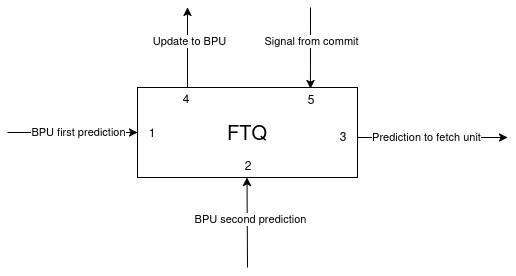
Above: docs/bpu_design_document/media/FTQ.png in riscv-software-src/riscv-perf-model (draw.io), before the change. Source tidied: cells renumbered, new cells last; positions are measured from the earlier drawing's top-left corner, leaving out a move shared by most shapes. Its diagram source:
```xml
<mxGraphModel background="#ffffff">
  <root>
    <mxCell id="0" />
    <mxCell id="1" parent="0" />
    <mxCell id="2" value="&lt;font style=&quot;font-size: 20px;&quot;&gt;FTQ&lt;/font&gt;" style="rounded=0;whiteSpace=wrap;html=1;" parent="1" vertex="1">
      <mxGeometry x="130" y="80" width="220" height="90" as="geometry" />
    </mxCell>
    <mxCell id="3" style="endArrow=classic;html=1;rounded=0;entryX=0;entryY=0.5;entryDx=0;entryDy=0;" parent="1" edge="1" target="2">
      <mxGeometry relative="1" as="geometry">
        <mxPoint y="125" as="sourcePoint" />
      </mxGeometry>
    </mxCell>
    <mxCell id="4" value="BPU first prediction" style="edgeLabel;html=1;align=center;verticalAlign=middle;" parent="3" vertex="1">
      <mxGeometry x="-0.2" y="-2" relative="1" as="geometry">
        <mxPoint x="18" y="-3" as="offset" />
      </mxGeometry>
    </mxCell>
    <mxCell id="5" style="endArrow=classic;html=1;rounded=0;" parent="1" edge="1">
      <mxGeometry relative="1" as="geometry">
        <mxPoint x="180" y="80" as="sourcePoint" />
        <mxPoint x="180" as="targetPoint" />
      </mxGeometry>
    </mxCell>
    <mxCell id="6" value="Update to BPU" style="edgeLabel;html=1;align=center;verticalAlign=middle;" parent="5" vertex="1">
      <mxGeometry x="0.16" y="-1" relative="1" as="geometry" />
    </mxCell>
    <mxCell id="7" style="endArrow=classic;html=1;rounded=0;entryX=0.877;entryY=0.013;entryDx=0;entryDy=0;entryPerimeter=0;" parent="1" edge="1">
      <mxGeometry relative="1" as="geometry">
        <mxPoint x="303" as="sourcePoint" />
        <mxPoint x="302.9" y="81.2" as="targetPoint" />
      </mxGeometry>
    </mxCell>
    <mxCell id="8" value="Signal from commit" style="edgeLabel;html=1;align=center;verticalAlign=middle;" parent="7" vertex="1">
      <mxGeometry x="-0.18" y="1" relative="1" as="geometry" />
    </mxCell>
    <mxCell id="9" style="endArrow=classic;html=1;rounded=0;" parent="1" edge="1">
      <mxGeometry relative="1" as="geometry">
        <mxPoint x="350" y="130" as="sourcePoint" />
        <mxPoint x="500" y="130" as="targetPoint" />
      </mxGeometry>
    </mxCell>
    <mxCell id="10" value="Prediction to fetch unit" style="edgeLabel;html=1;align=center;verticalAlign=middle;" parent="9" vertex="1">
      <mxGeometry x="-0.09" y="1" relative="1" as="geometry" />
    </mxCell>
    <mxCell id="11" style="endArrow=classic;html=1;rounded=0;" parent="1" edge="1">
      <mxGeometry relative="1" as="geometry">
        <mxPoint x="240" y="260" as="sourcePoint" />
        <mxPoint x="239.5" y="170" as="targetPoint" />
      </mxGeometry>
    </mxCell>
    <mxCell id="12" value="BPU second prediction" style="edgeLabel;html=1;align=center;verticalAlign=middle;" parent="11" vertex="1">
      <mxGeometry x="0.07" y="-2" relative="1" as="geometry">
        <mxPoint x="1" as="offset" />
      </mxGeometry>
    </mxCell>
    <mxCell id="13" value="1" style="text;html=1;align=center;verticalAlign=middle;whiteSpace=wrap;rounded=0;" parent="1" vertex="1">
      <mxGeometry x="130" y="115" width="30" height="20" as="geometry" />
    </mxCell>
    <mxCell id="14" value="5" style="text;html=1;align=center;verticalAlign=middle;whiteSpace=wrap;rounded=0;" parent="1" vertex="1">
      <mxGeometry x="289" y="82" width="30" height="20" as="geometry" />
    </mxCell>
    <mxCell id="15" value="4" style="text;html=1;align=center;verticalAlign=middle;whiteSpace=wrap;rounded=0;" parent="1" vertex="1">
      <mxGeometry x="164" y="81" width="30" height="20" as="geometry" />
    </mxCell>
    <mxCell id="16" value="2" style="text;html=1;align=center;verticalAlign=middle;whiteSpace=wrap;rounded=0;" parent="1" vertex="1">
      <mxGeometry x="226" y="148" width="30" height="20" as="geometry" />
    </mxCell>
    <mxCell id="17" value="3" style="text;html=1;align=center;verticalAlign=middle;whiteSpace=wrap;rounded=0;" parent="1" vertex="1">
      <mxGeometry x="321" y="119" width="30" height="20" as="geometry" />
    </mxCell>
  </root>
</mxGraphModel>
```
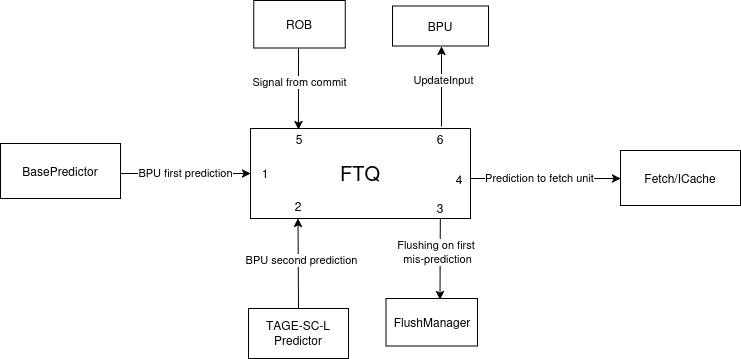
The same diagram one commit later.

Commit message:
Updated FTQ ports and bpu_uarch diagram

Change to the diagram source:
```diff
@@ -12,22 +12,22 @@
     </mxCell>
     <mxCell id="4" value="BPU first prediction" style="edgeLabel;html=1;align=center;verticalAlign=middle;" parent="3" vertex="1">
       <mxGeometry x="-0.2" y="-2" relative="1" as="geometry">
-        <mxPoint x="18" y="-3" as="offset" />
+        <mxPoint x="12" y="-3" as="offset" />
       </mxGeometry>
     </mxCell>
     <mxCell id="5" style="endArrow=classic;html=1;rounded=0;" parent="1" edge="1">
       <mxGeometry relative="1" as="geometry">
-        <mxPoint x="180" y="80" as="sourcePoint" />
-        <mxPoint x="180" as="targetPoint" />
+        <mxPoint x="321" y="78" as="sourcePoint" />
+        <mxPoint x="321" y="-2" as="targetPoint" />
       </mxGeometry>
     </mxCell>
-    <mxCell id="6" value="Update to BPU" style="edgeLabel;html=1;align=center;verticalAlign=middle;" parent="5" vertex="1">
+    <mxCell id="6" value="UpdateInput" style="edgeLabel;html=1;align=center;verticalAlign=middle;" parent="5" vertex="1">
       <mxGeometry x="0.16" y="-1" relative="1" as="geometry" />
     </mxCell>
     <mxCell id="7" style="endArrow=classic;html=1;rounded=0;entryX=0.877;entryY=0.013;entryDx=0;entryDy=0;entryPerimeter=0;" parent="1" edge="1">
       <mxGeometry relative="1" as="geometry">
-        <mxPoint x="303" as="sourcePoint" />
-        <mxPoint x="302.9" y="81.2" as="targetPoint" />
+        <mxPoint x="178" as="sourcePoint" />
+        <mxPoint x="177.9" y="81.2" as="targetPoint" />
       </mxGeometry>
     </mxCell>
     <mxCell id="8" value="Signal from commit" style="edgeLabel;html=1;align=center;verticalAlign=middle;" parent="7" vertex="1">
@@ -44,8 +44,8 @@
     </mxCell>
     <mxCell id="11" style="endArrow=classic;html=1;rounded=0;" parent="1" edge="1">
       <mxGeometry relative="1" as="geometry">
-        <mxPoint x="240" y="260" as="sourcePoint" />
-        <mxPoint x="239.5" y="170" as="targetPoint" />
+        <mxPoint x="178" y="260" as="sourcePoint" />
+        <mxPoint x="177.5" y="170" as="targetPoint" />
       </mxGeometry>
     </mxCell>
     <mxCell id="12" value="BPU second prediction" style="edgeLabel;html=1;align=center;verticalAlign=middle;" parent="11" vertex="1">
@@ -56,17 +56,49 @@
     <mxCell id="13" value="1" style="text;html=1;align=center;verticalAlign=middle;whiteSpace=wrap;rounded=0;" parent="1" vertex="1">
       <mxGeometry x="130" y="115" width="30" height="20" as="geometry" />
     </mxCell>
-    <mxCell id="14" value="5" style="text;html=1;align=center;verticalAlign=middle;whiteSpace=wrap;rounded=0;" parent="1" vertex="1">
-      <mxGeometry x="289" y="82" width="30" height="20" as="geometry" />
+    <mxCell id="14" value="6" style="text;html=1;align=center;verticalAlign=middle;whiteSpace=wrap;rounded=0;" parent="1" vertex="1">
+      <mxGeometry x="305" y="81" width="30" height="20" as="geometry" />
     </mxCell>
-    <mxCell id="15" value="4" style="text;html=1;align=center;verticalAlign=middle;whiteSpace=wrap;rounded=0;" parent="1" vertex="1">
+    <mxCell id="15" value="5" style="text;html=1;align=center;verticalAlign=middle;whiteSpace=wrap;rounded=0;" parent="1" vertex="1">
       <mxGeometry x="164" y="81" width="30" height="20" as="geometry" />
     </mxCell>
     <mxCell id="16" value="2" style="text;html=1;align=center;verticalAlign=middle;whiteSpace=wrap;rounded=0;" parent="1" vertex="1">
-      <mxGeometry x="226" y="148" width="30" height="20" as="geometry" />
+      <mxGeometry x="163" y="148" width="30" height="20" as="geometry" />
     </mxCell>
-    <mxCell id="17" value="3" style="text;html=1;align=center;verticalAlign=middle;whiteSpace=wrap;rounded=0;" parent="1" vertex="1">
-      <mxGeometry x="321" y="119" width="30" height="20" as="geometry" />
+    <mxCell id="17" value="4" style="text;html=1;align=center;verticalAlign=middle;whiteSpace=wrap;rounded=0;" parent="1" vertex="1">
+      <mxGeometry x="324" y="121" width="30" height="20" as="geometry" />
     </mxCell>
+    <mxCell id="18" value="BasePredictor" style="rounded=0;whiteSpace=wrap;html=1;" parent="1" vertex="1">
+      <mxGeometry x="-120" y="95" width="120" height="55" as="geometry" />
+    </mxCell>
+    <mxCell id="19" value="&lt;div&gt;TAGE-SC-L&lt;/div&gt;&lt;div&gt;Predictor&lt;/div&gt;" style="rounded=0;whiteSpace=wrap;html=1;" parent="1" vertex="1">
+      <mxGeometry x="128" y="260" width="100" height="50" as="geometry" />
+    </mxCell>
+    <mxCell id="20" value="Fetch/ICache" style="rounded=0;whiteSpace=wrap;html=1;" parent="1" vertex="1">
+      <mxGeometry x="500" y="102" width="120" height="55" as="geometry" />
+    </mxCell>
+    <mxCell id="21" value="ROB" style="rounded=0;whiteSpace=wrap;html=1;" parent="1" vertex="1">
+      <mxGeometry x="133.2" y="-48" width="91.5" height="47.5" as="geometry" />
+    </mxCell>
+    <mxCell id="22" value="BPU" style="rounded=0;whiteSpace=wrap;html=1;" parent="1" vertex="1">
+      <mxGeometry x="272" y="-42.5" width="96" height="40" as="geometry" />
+    </mxCell>
+    <mxCell id="23" value="3" style="text;html=1;align=center;verticalAlign=middle;whiteSpace=wrap;rounded=0;" parent="1" vertex="1">
+      <mxGeometry x="305" y="150" width="30" height="20" as="geometry" />
+    </mxCell>
+    <mxCell id="24" style="endArrow=classic;html=1;rounded=0;entryX=0.877;entryY=0.013;entryDx=0;entryDy=0;entryPerimeter=0;" parent="1" edge="1">
+      <mxGeometry relative="1" as="geometry">
+        <mxPoint x="319.8" y="170" as="sourcePoint" />
+        <mxPoint x="319.5" y="251.2" as="targetPoint" />
+      </mxGeometry>
+    </mxCell>
+    <mxCell id="25" value="&lt;div&gt;Flushing on first&amp;nbsp;&lt;/div&gt;&lt;div&gt;mis-prediction&lt;/div&gt;" style="edgeLabel;html=1;align=center;verticalAlign=middle;" parent="24" vertex="1">
+      <mxGeometry x="-0.18" y="1" relative="1" as="geometry">
+        <mxPoint x="-4" as="offset" />
+      </mxGeometry>
+    </mxCell>
+    <mxCell id="26" value="FlushManager" style="rounded=0;whiteSpace=wrap;html=1;" parent="1" vertex="1">
+      <mxGeometry x="265.5" y="250" width="91.5" height="47.5" as="geometry" />
+    </mxCell>
   </root>
 </mxGraphModel>
```
